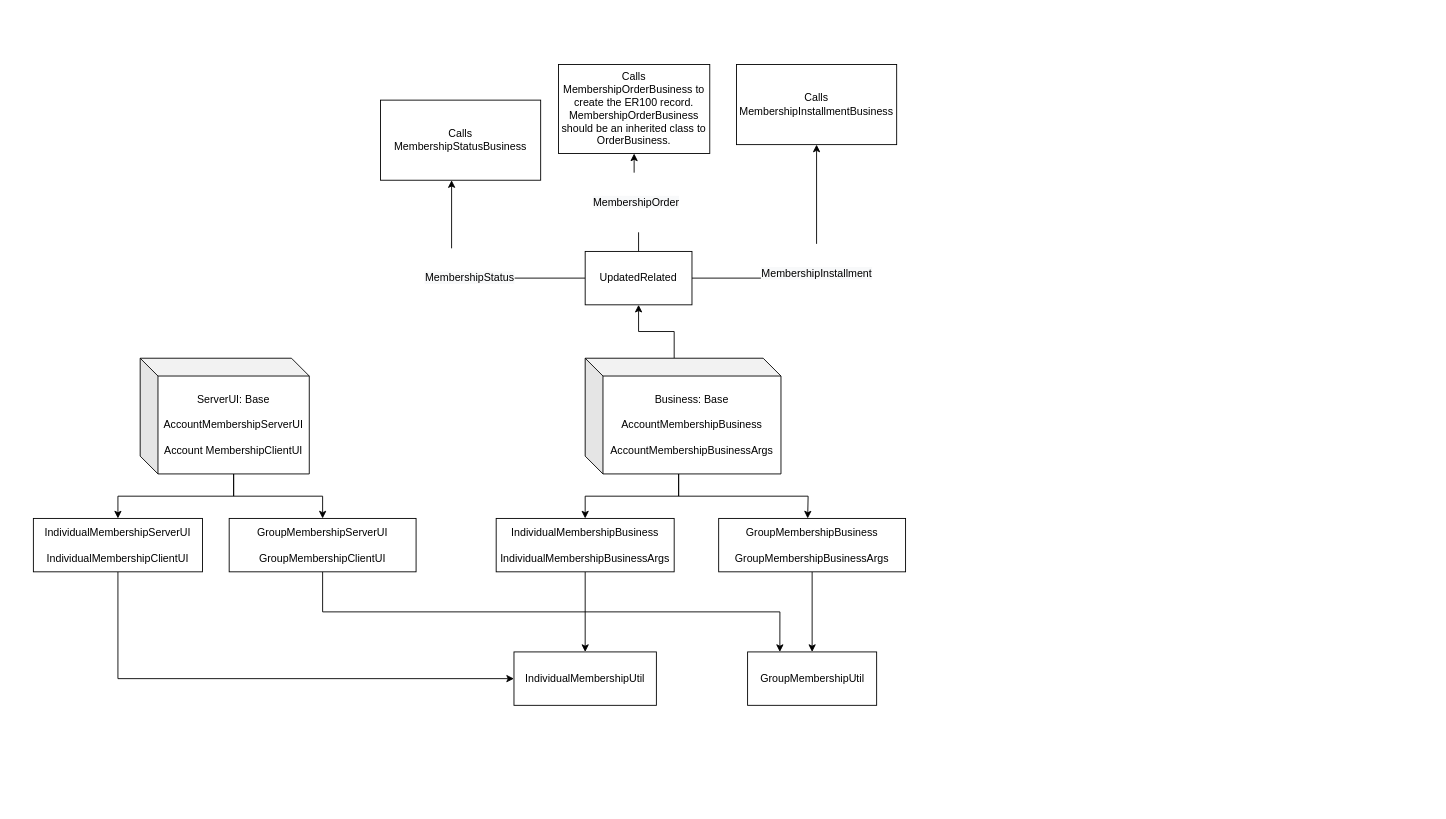
shelbyharris/Membership keeps this draw.io diagram as MembershipClassStructure.drawio. Above is the earlier version. Source tidied: cells renumbered, new cells numbered last; positions are measured from the earlier drawing's top-left corner, leaving out a move shared by most shapes. Both pictures are drawn from the tidied source at 89%, with x=0, y=0 at pixel (33, 64).
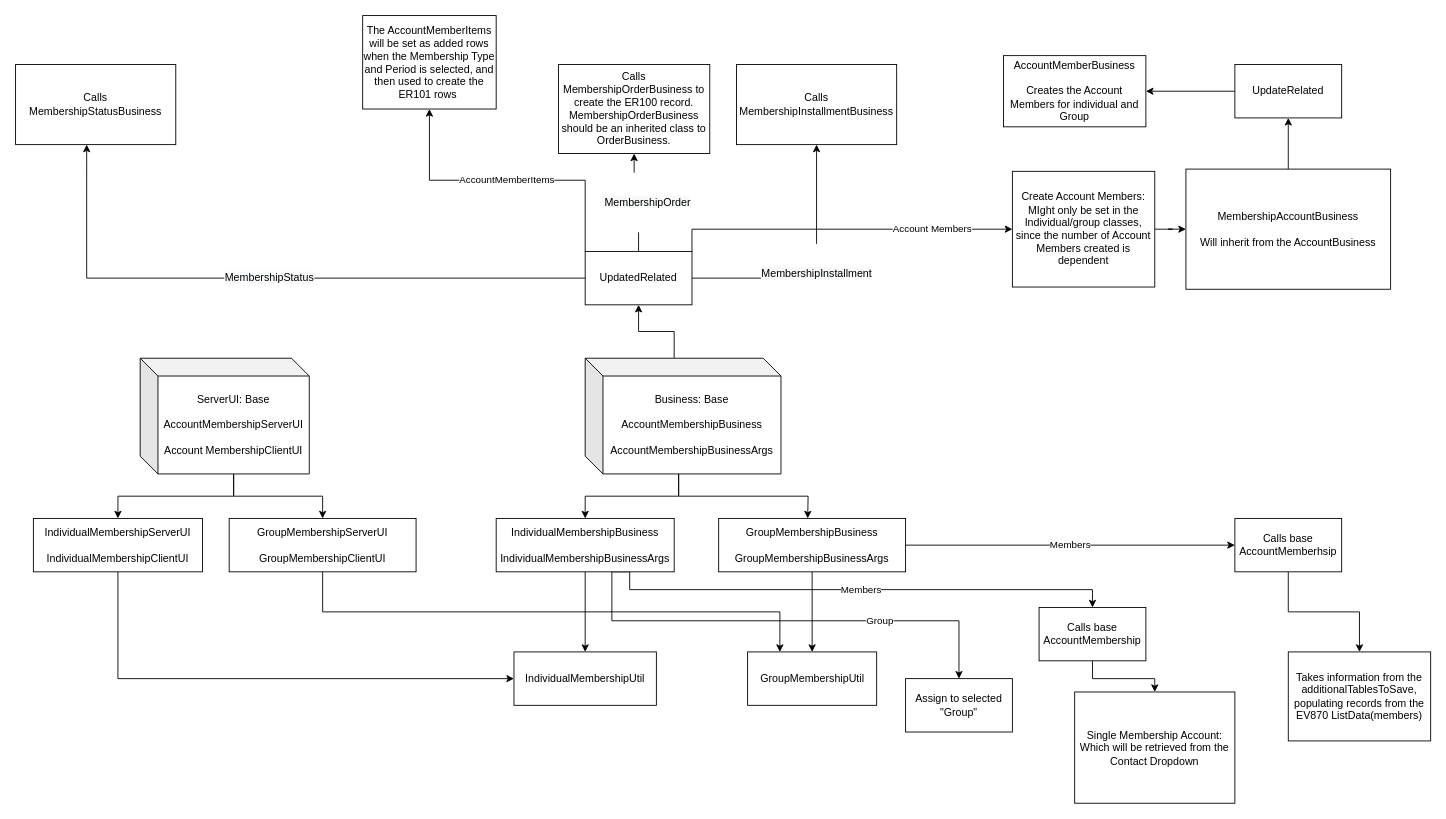
The same page after the edit.

Unchanged cells that the change refers to:
```xml
<mxCell id="14" value="IndividualMembershipBusiness&lt;br&gt;&lt;br&gt;IndividualMembershipBusinessArgs" style="rounded=0;whiteSpace=wrap;html=1;" parent="1" vertex="1">
  <mxGeometry x="520" y="510" width="200" height="60" as="geometry" />
</mxCell>
<mxCell id="16" value="GroupMembershipBusiness&lt;br&gt;&lt;br&gt;GroupMembershipBusinessArgs" style="rounded=0;whiteSpace=wrap;html=1;" parent="1" vertex="1">
  <mxGeometry x="770" y="510" width="210" height="60" as="geometry" />
</mxCell>
<mxCell id="22" value="UpdatedRelated" style="rounded=0;whiteSpace=wrap;html=1;" parent="1" vertex="1">
  <mxGeometry x="620" y="210" width="120" height="60" as="geometry" />
</mxCell>
<mxCell id="23" value="Calls MembershipOrderBusiness to create the ER100 record. MembershipOrderBusiness should be an inherited class to OrderBusiness." style="whiteSpace=wrap;html=1;rounded=0;" parent="1" vertex="1">
  <mxGeometry x="590" width="170" height="100" as="geometry" />
</mxCell>
```

The edit, as a diff of the source:
```diff
@@
+    <mxCell id="26" value="Members" style="edgeStyle=orthogonalEdgeStyle;rounded=0;jettySize=auto;html=1;exitX=0.75;exitY=1;exitDx=0;exitDy=0;" parent="1" edge="1" source="14" target="41">
+      <mxGeometry relative="1" as="geometry" />
+    </mxCell>
+    <mxCell id="27" value="Group" style="edgeStyle=orthogonalEdgeStyle;rounded=0;jettySize=auto;html=1;exitX=0.75;exitY=1;exitDx=0;exitDy=0;" parent="1" edge="1" source="14" target="46">
+      <mxGeometry x="0.42" relative="1" as="geometry">
+        <Array as="points">
+          <mxPoint x="650" y="570" />
+          <mxPoint x="650" y="625" />
+          <mxPoint x="1040" y="625" />
+          <mxPoint x="1040" y="680" />
+        </Array>
+      </mxGeometry>
+    </mxCell>
@@
+    <mxCell id="28" value="Members" style="edgeStyle=orthogonalEdgeStyle;rounded=0;jettySize=auto;html=1;exitX=1;exitY=0.5;exitDx=0;exitDy=0;" parent="1" edge="1" source="16" target="43">
+      <mxGeometry relative="1" as="geometry" />
+    </mxCell>
@@
     <mxCell id="19" value="&#10;&#10;&lt;span style=&quot;color: rgb(0, 0, 0); font-family: helvetica; font-size: 12px; font-style: normal; font-weight: 400; letter-spacing: normal; text-align: center; text-indent: 0px; text-transform: none; word-spacing: 0px; background-color: rgb(248, 249, 250); display: inline; float: none;&quot;&gt;MembershipOrder&lt;/span&gt;&#10;&#10;" style="edgeStyle=orthogonalEdgeStyle;rounded=0;jettySize=auto;html=1;entryX=0.5;entryY=1;entryDx=0;entryDy=0;" parent="1" edge="1" source="22" target="23">
-      <mxGeometry relative="1" as="geometry" />
+      <mxGeometry x="-0.04" y="-10" relative="1" as="geometry">
+        <mxPoint x="10" y="10" as="offset" />
+      </mxGeometry>
     </mxCell>
@@
+    <mxCell id="29" value="AccountMemberItems" style="edgeStyle=orthogonalEdgeStyle;rounded=0;jettySize=auto;html=1;exitX=0;exitY=0;exitDx=0;exitDy=0;" parent="1" edge="1" source="22" target="32">
+      <mxGeometry relative="1" as="geometry" />
+    </mxCell>
+    <mxCell id="30" value="Account Members" style="edgeStyle=orthogonalEdgeStyle;rounded=0;jettySize=auto;html=1;exitX=1;exitY=0;exitDx=0;exitDy=0;entryX=0;entryY=0.5;entryDx=0;entryDy=0;" parent="1" edge="1" source="22" target="34">
+      <mxGeometry x="0.53" relative="1" as="geometry" />
+    </mxCell>
@@
     <mxCell id="24" value="Calls MembershipStatusBusiness" style="whiteSpace=wrap;html=1;rounded=0;" parent="1" vertex="1">
-      <mxGeometry x="390" y="40" width="180" height="90" as="geometry" />
+      <mxGeometry x="-20" width="180" height="90" as="geometry" />
     </mxCell>
@@
+    <mxCell id="31" style="edgeStyle=orthogonalEdgeStyle;rounded=0;jettySize=auto;html=1;exitX=0.5;exitY=0;exitDx=0;exitDy=0;entryX=0;entryY=0.5;entryDx=0;entryDy=0;" parent="1" edge="1" source="32">
+      <mxGeometry relative="1" as="geometry" />
+    </mxCell>
+    <mxCell id="32" value="The AccountMemberItems will be set as added rows when the Membership Type and Period is selected, and then used to create the ER101 rows&amp;nbsp;" style="rounded=0;whiteSpace=wrap;html=1;" parent="1" vertex="1">
+      <mxGeometry x="370" y="-55" width="150" height="105" as="geometry" />
+    </mxCell>
+    <mxCell id="33" style="edgeStyle=orthogonalEdgeStyle;rounded=0;jettySize=auto;html=1;" parent="1" edge="1" source="34" target="36">
+      <mxGeometry relative="1" as="geometry" />
+    </mxCell>
+    <mxCell id="34" value="Create Account Members: MIght only be set in the Individual/group classes, since the number of Account Members created is dependent" style="rounded=0;whiteSpace=wrap;html=1;" parent="1" vertex="1">
+      <mxGeometry x="1100" y="120" width="160" height="130" as="geometry" />
+    </mxCell>
+    <mxCell id="35" style="edgeStyle=orthogonalEdgeStyle;rounded=0;jettySize=auto;html=1;exitX=0.5;exitY=0;exitDx=0;exitDy=0;" parent="1" edge="1" source="36" target="38">
+      <mxGeometry relative="1" as="geometry" />
+    </mxCell>
+    <mxCell id="36" value="MembershipAccountBusiness&lt;br&gt;&lt;br&gt;Will inherit from the AccountBusiness" style="whiteSpace=wrap;html=1;rounded=0;" parent="1" vertex="1">
+      <mxGeometry x="1295" y="117.5" width="230" height="135" as="geometry" />
+    </mxCell>
+    <mxCell id="37" style="edgeStyle=orthogonalEdgeStyle;rounded=0;jettySize=auto;html=1;" parent="1" edge="1" source="38" target="39">
+      <mxGeometry relative="1" as="geometry" />
+    </mxCell>
+    <mxCell id="38" value="UpdateRelated" style="rounded=0;whiteSpace=wrap;html=1;" parent="1" vertex="1">
+      <mxGeometry x="1350" width="120" height="60" as="geometry" />
+    </mxCell>
+    <mxCell id="39" value="AccountMemberBusiness&lt;br&gt;&lt;br&gt;Creates the Account Members for individual and Group" style="whiteSpace=wrap;html=1;rounded=0;" parent="1" vertex="1">
+      <mxGeometry x="1090" y="-10" width="160" height="80" as="geometry" />
+    </mxCell>
+    <mxCell id="40" style="edgeStyle=orthogonalEdgeStyle;rounded=0;jettySize=auto;html=1;" parent="1" edge="1" source="41" target="44">
+      <mxGeometry relative="1" as="geometry" />
+    </mxCell>
+    <mxCell id="41" value="Calls base AccountMembership" style="rounded=0;whiteSpace=wrap;html=1;" parent="1" vertex="1">
+      <mxGeometry x="1130" y="610" width="120" height="60" as="geometry" />
+    </mxCell>
+    <mxCell id="42" style="edgeStyle=orthogonalEdgeStyle;rounded=0;jettySize=auto;html=1;" parent="1" edge="1" source="43" target="45">
+      <mxGeometry relative="1" as="geometry" />
+    </mxCell>
+    <mxCell id="43" value="Calls base AccountMemberhsip" style="rounded=0;whiteSpace=wrap;html=1;" parent="1" vertex="1">
+      <mxGeometry x="1350" y="510" width="120" height="60" as="geometry" />
+    </mxCell>
+    <mxCell id="44" value="Single Membership Account:&lt;br&gt;Which will be retrieved from the Contact Dropdown" style="whiteSpace=wrap;html=1;rounded=0;" parent="1" vertex="1">
+      <mxGeometry x="1170" y="705" width="180" height="125" as="geometry" />
+    </mxCell>
+    <mxCell id="45" value="Takes information from the additionalTablesToSave, populating records from the EV870 ListData(members)" style="whiteSpace=wrap;html=1;rounded=0;" parent="1" vertex="1">
+      <mxGeometry x="1410" y="660" width="160" height="100" as="geometry" />
+    </mxCell>
+    <mxCell id="46" value="Assign to selected &quot;Group&quot;" style="rounded=0;whiteSpace=wrap;html=1;" parent="1" vertex="1">
+      <mxGeometry x="980" y="690" width="120" height="60" as="geometry" />
+    </mxCell>
```
